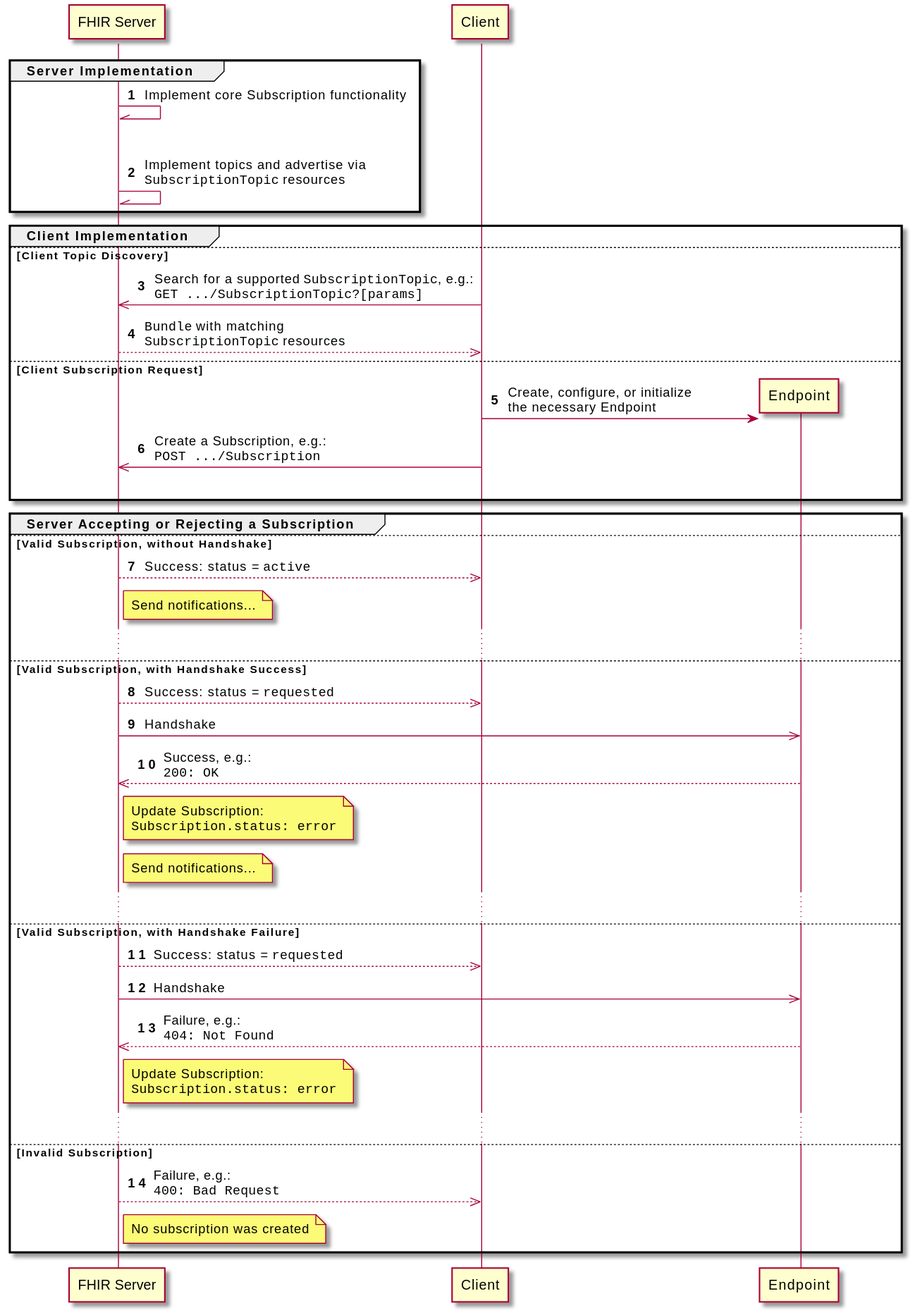
Above: images/subscriptions/subscription-workflow-general.svg in HL7/fhir (PlantUML), before the change.
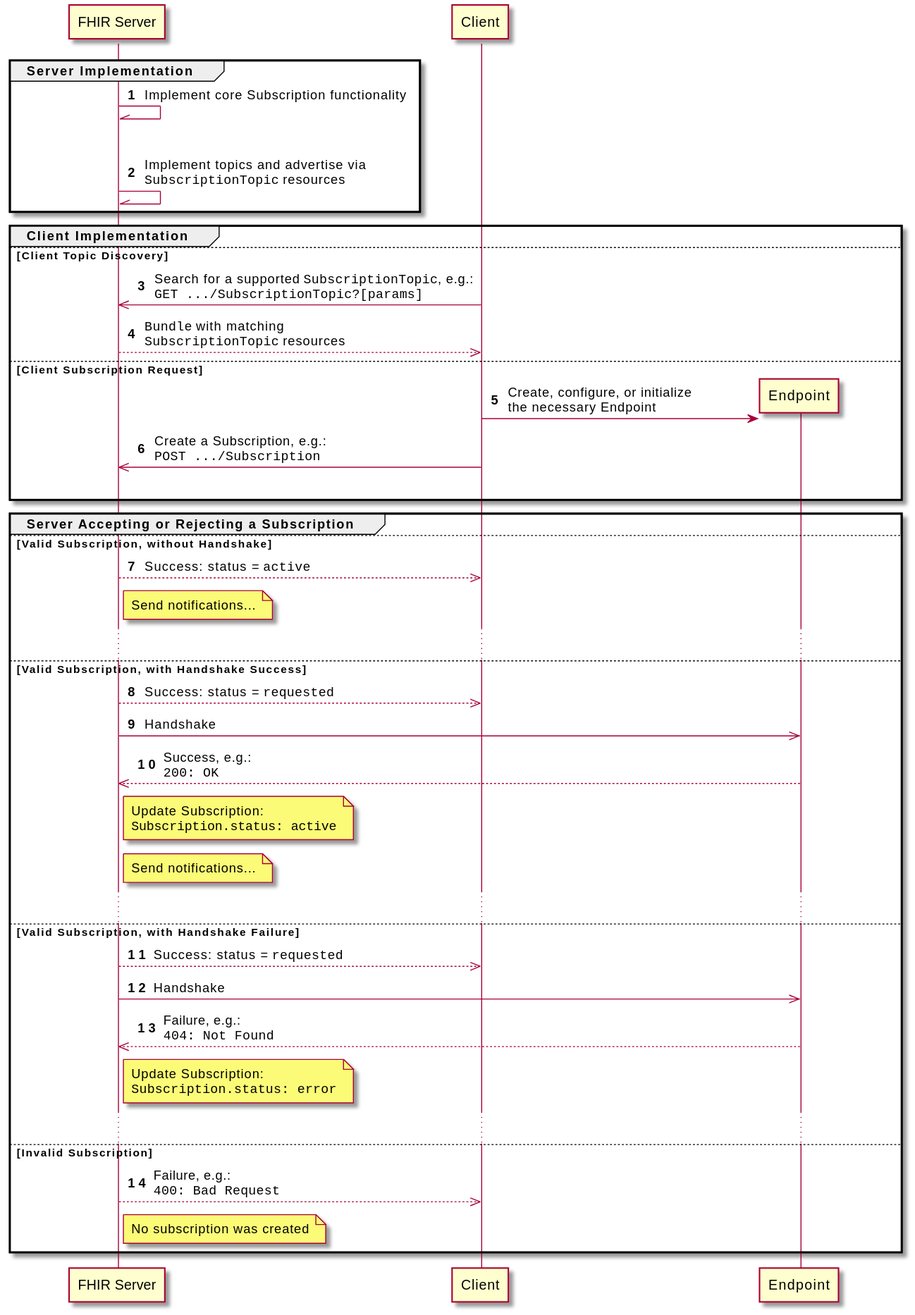
Above is the later version.

What changed in the source:
```diff
@@ -37,7 +37,7 @@
   E-->>S: Success, e.g.:\n""200: OK""
   note right of S
     Update Subscription:
-    ""Subscription.status: error""
+    ""Subscription.status: active""
   end note
   note right of S: Send notifications...
   ...
```
